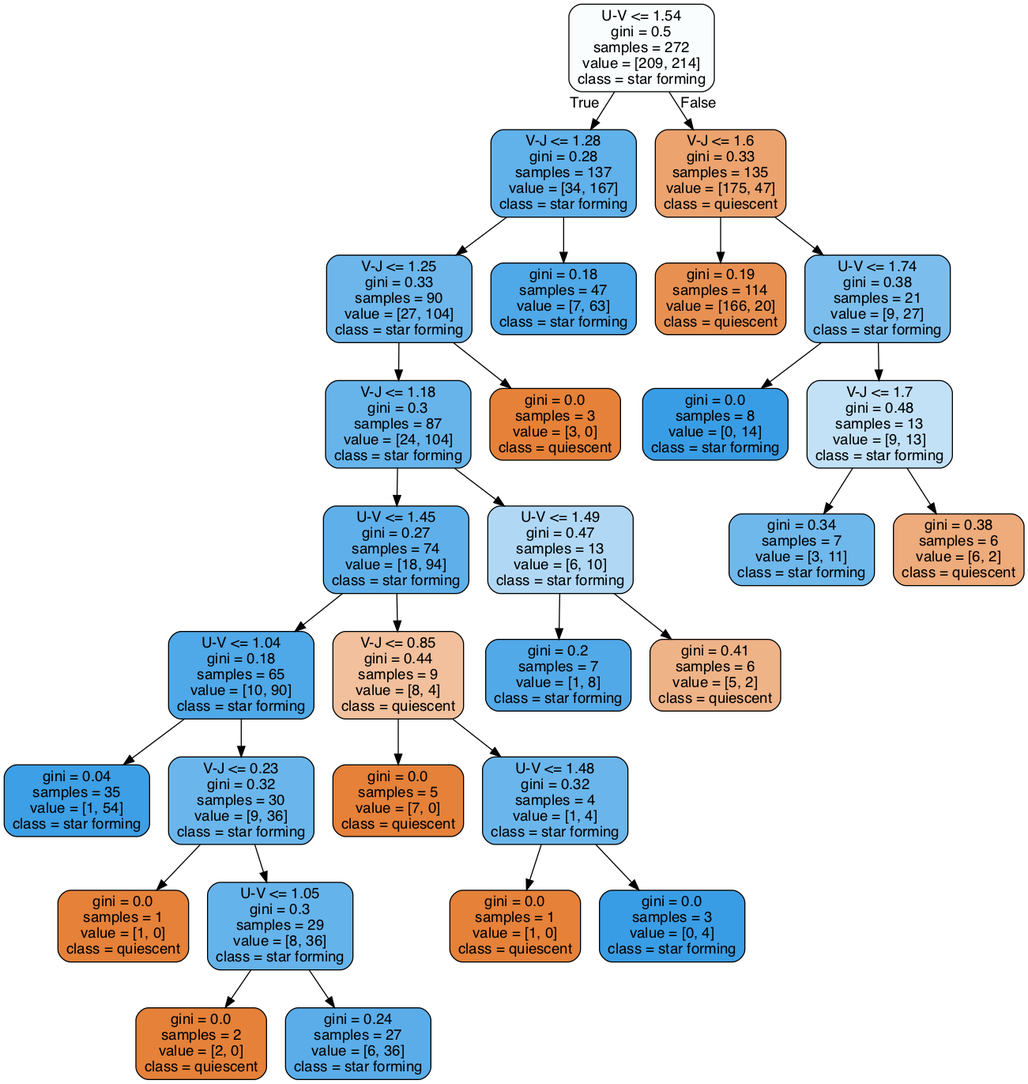
This is tree.png from astrowhit/UVJ-3dhst, a Graphviz export, as it was before one commit. Its source is kept beside it as tree.dot.
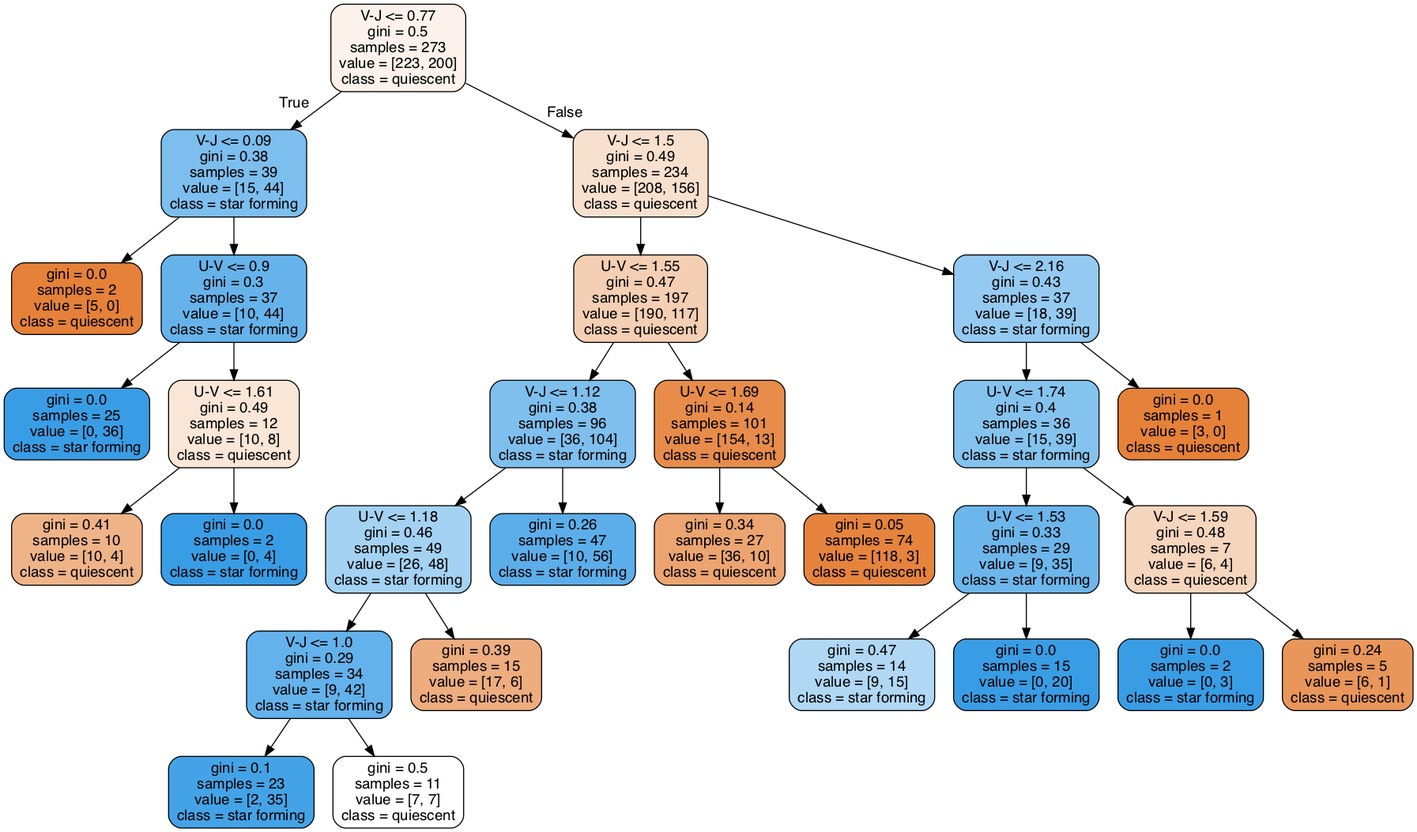
After the change.

Diff of the diagram source:
```diff
@@ -1,61 +1,61 @@
 digraph Tree {
 node [shape=box, style="filled, rounded", color="black", fontname=helvetica] ;
 edge [fontname=helvetica] ;
-0 [label="U-V <= 1.54\ngini = 0.5\nsamples = 272\nvalue = [209, 214]\nclass = star forming", fillcolor="#fafdfe"] ;
-1 [label="V-J <= 1.28\ngini = 0.28\nsamples = 137\nvalue = [34, 167]\nclass = star forming", fillcolor="#61b1ea"] ;
+0 [label="V-J <= 0.77\ngini = 0.5\nsamples = 273\nvalue = [223, 200]\nclass = quiescent", fillcolor="#fcf2eb"] ;
+1 [label="V-J <= 0.09\ngini = 0.38\nsamples = 39\nvalue = [15, 44]\nclass = star forming", fillcolor="#7cbeee"] ;
 0 -> 1 [labeldistance=2.5, labelangle=45, headlabel="True"] ;
-9 [label="V-J <= 1.25\ngini = 0.33\nsamples = 90\nvalue = [27, 104]\nclass = star forming", fillcolor="#6cb6ec"] ;
-1 -> 9 ;
-11 [label="V-J <= 1.18\ngini = 0.3\nsamples = 87\nvalue = [24, 104]\nclass = star forming", fillcolor="#67b4eb"] ;
-9 -> 11 ;
-13 [label="U-V <= 1.45\ngini = 0.27\nsamples = 74\nvalue = [18, 94]\nclass = star forming", fillcolor="#5fb0ea"] ;
-11 -> 13 ;
-15 [label="U-V <= 1.04\ngini = 0.18\nsamples = 65\nvalue = [10, 90]\nclass = star forming", fillcolor="#4fa8e8"] ;
-13 -> 15 ;
-21 [label="gini = 0.04\nsamples = 35\nvalue = [1, 54]\nclass = star forming", fillcolor="#3d9fe5"] ;
-15 -> 21 ;
-22 [label="V-J <= 0.23\ngini = 0.32\nsamples = 30\nvalue = [9, 36]\nclass = star forming", fillcolor="#6ab6ec"] ;
-15 -> 22 ;
-25 [label="gini = 0.0\nsamples = 1\nvalue = [1, 0]\nclass = quiescent", fillcolor="#e58139"] ;
-22 -> 25 ;
-26 [label="U-V <= 1.05\ngini = 0.3\nsamples = 29\nvalue = [8, 36]\nclass = star forming", fillcolor="#65b3eb"] ;
-22 -> 26 ;
-27 [label="gini = 0.0\nsamples = 2\nvalue = [2, 0]\nclass = quiescent", fillcolor="#e58139"] ;
-26 -> 27 ;
-28 [label="gini = 0.24\nsamples = 27\nvalue = [6, 36]\nclass = star forming", fillcolor="#5aade9"] ;
-26 -> 28 ;
-16 [label="V-J <= 0.85\ngini = 0.44\nsamples = 9\nvalue = [8, 4]\nclass = quiescent", fillcolor="#f2c09c"] ;
-13 -> 16 ;
-17 [label="gini = 0.0\nsamples = 5\nvalue = [7, 0]\nclass = quiescent", fillcolor="#e58139"] ;
-16 -> 17 ;
-18 [label="U-V <= 1.48\ngini = 0.32\nsamples = 4\nvalue = [1, 4]\nclass = star forming", fillcolor="#6ab6ec"] ;
-16 -> 18 ;
-23 [label="gini = 0.0\nsamples = 1\nvalue = [1, 0]\nclass = quiescent", fillcolor="#e58139"] ;
-18 -> 23 ;
-24 [label="gini = 0.0\nsamples = 3\nvalue = [0, 4]\nclass = star forming", fillcolor="#399de5"] ;
-18 -> 24 ;
-14 [label="U-V <= 1.49\ngini = 0.47\nsamples = 13\nvalue = [6, 10]\nclass = star forming", fillcolor="#b0d8f5"] ;
-11 -> 14 ;
-19 [label="gini = 0.2\nsamples = 7\nvalue = [1, 8]\nclass = star forming", fillcolor="#52a9e8"] ;
-14 -> 19 ;
-20 [label="gini = 0.41\nsamples = 6\nvalue = [5, 2]\nclass = quiescent", fillcolor="#efb388"] ;
-14 -> 20 ;
-12 [label="gini = 0.0\nsamples = 3\nvalue = [3, 0]\nclass = quiescent", fillcolor="#e58139"] ;
-9 -> 12 ;
-10 [label="gini = 0.18\nsamples = 47\nvalue = [7, 63]\nclass = star forming", fillcolor="#4fa8e8"] ;
-1 -> 10 ;
-2 [label="V-J <= 1.6\ngini = 0.33\nsamples = 135\nvalue = [175, 47]\nclass = quiescent", fillcolor="#eca36e"] ;
+7 [label="gini = 0.0\nsamples = 2\nvalue = [5, 0]\nclass = quiescent", fillcolor="#e58139"] ;
+1 -> 7 ;
+8 [label="U-V <= 0.9\ngini = 0.3\nsamples = 37\nvalue = [10, 44]\nclass = star forming", fillcolor="#66b3eb"] ;
+1 -> 8 ;
+9 [label="gini = 0.0\nsamples = 25\nvalue = [0, 36]\nclass = star forming", fillcolor="#399de5"] ;
+8 -> 9 ;
+10 [label="U-V <= 1.61\ngini = 0.49\nsamples = 12\nvalue = [10, 8]\nclass = quiescent", fillcolor="#fae6d7"] ;
+8 -> 10 ;
+11 [label="gini = 0.41\nsamples = 10\nvalue = [10, 4]\nclass = quiescent", fillcolor="#efb388"] ;
+10 -> 11 ;
+12 [label="gini = 0.0\nsamples = 2\nvalue = [0, 4]\nclass = star forming", fillcolor="#399de5"] ;
+10 -> 12 ;
+2 [label="V-J <= 1.5\ngini = 0.49\nsamples = 234\nvalue = [208, 156]\nclass = quiescent", fillcolor="#f8e0ce"] ;
 0 -> 2 [labeldistance=2.5, labelangle=-45, headlabel="False"] ;
-3 [label="gini = 0.19\nsamples = 114\nvalue = [166, 20]\nclass = quiescent", fillcolor="#e89051"] ;
+3 [label="U-V <= 1.55\ngini = 0.47\nsamples = 197\nvalue = [190, 117]\nclass = quiescent", fillcolor="#f5cfb3"] ;
 2 -> 3 ;
-4 [label="U-V <= 1.74\ngini = 0.38\nsamples = 21\nvalue = [9, 27]\nclass = star forming", fillcolor="#7bbeee"] ;
+5 [label="V-J <= 1.12\ngini = 0.38\nsamples = 96\nvalue = [36, 104]\nclass = star forming", fillcolor="#7ebfee"] ;
+3 -> 5 ;
+15 [label="U-V <= 1.18\ngini = 0.46\nsamples = 49\nvalue = [26, 48]\nclass = star forming", fillcolor="#a4d2f3"] ;
+5 -> 15 ;
+17 [label="V-J <= 1.0\ngini = 0.29\nsamples = 34\nvalue = [9, 42]\nclass = star forming", fillcolor="#63b2eb"] ;
+15 -> 17 ;
+19 [label="gini = 0.1\nsamples = 23\nvalue = [2, 35]\nclass = star forming", fillcolor="#44a3e6"] ;
+17 -> 19 ;
+20 [label="gini = 0.5\nsamples = 11\nvalue = [7, 7]\nclass = quiescent", fillcolor="#ffffff"] ;
+17 -> 20 ;
+18 [label="gini = 0.39\nsamples = 15\nvalue = [17, 6]\nclass = quiescent", fillcolor="#eead7f"] ;
+15 -> 18 ;
+16 [label="gini = 0.26\nsamples = 47\nvalue = [10, 56]\nclass = star forming", fillcolor="#5caeea"] ;
+5 -> 16 ;
+6 [label="U-V <= 1.69\ngini = 0.14\nsamples = 101\nvalue = [154, 13]\nclass = quiescent", fillcolor="#e78c4a"] ;
+3 -> 6 ;
+27 [label="gini = 0.34\nsamples = 27\nvalue = [36, 10]\nclass = quiescent", fillcolor="#eca470"] ;
+6 -> 27 ;
+28 [label="gini = 0.05\nsamples = 74\nvalue = [118, 3]\nclass = quiescent", fillcolor="#e6843e"] ;
+6 -> 28 ;
+4 [label="V-J <= 2.16\ngini = 0.43\nsamples = 37\nvalue = [18, 39]\nclass = star forming", fillcolor="#94caf1"] ;
 2 -> 4 ;
-5 [label="gini = 0.0\nsamples = 8\nvalue = [0, 14]\nclass = star forming", fillcolor="#399de5"] ;
-4 -> 5 ;
-6 [label="V-J <= 1.7\ngini = 0.48\nsamples = 13\nvalue = [9, 13]\nclass = star forming", fillcolor="#c2e1f7"] ;
-4 -> 6 ;
-7 [label="gini = 0.34\nsamples = 7\nvalue = [3, 11]\nclass = star forming", fillcolor="#6fb8ec"] ;
-6 -> 7 ;
-8 [label="gini = 0.38\nsamples = 6\nvalue = [6, 2]\nclass = quiescent", fillcolor="#eeab7b"] ;
-6 -> 8 ;
+13 [label="U-V <= 1.74\ngini = 0.4\nsamples = 36\nvalue = [15, 39]\nclass = star forming", fillcolor="#85c3ef"] ;
+4 -> 13 ;
+21 [label="U-V <= 1.53\ngini = 0.33\nsamples = 29\nvalue = [9, 35]\nclass = star forming", fillcolor="#6cb6ec"] ;
+13 -> 21 ;
+25 [label="gini = 0.47\nsamples = 14\nvalue = [9, 15]\nclass = star forming", fillcolor="#b0d8f5"] ;
+21 -> 25 ;
+26 [label="gini = 0.0\nsamples = 15\nvalue = [0, 20]\nclass = star forming", fillcolor="#399de5"] ;
+21 -> 26 ;
+22 [label="V-J <= 1.59\ngini = 0.48\nsamples = 7\nvalue = [6, 4]\nclass = quiescent", fillcolor="#f6d5bd"] ;
+13 -> 22 ;
+23 [label="gini = 0.0\nsamples = 2\nvalue = [0, 3]\nclass = star forming", fillcolor="#399de5"] ;
+22 -> 23 ;
+24 [label="gini = 0.24\nsamples = 5\nvalue = [6, 1]\nclass = quiescent", fillcolor="#e9965a"] ;
+22 -> 24 ;
+14 [label="gini = 0.0\nsamples = 1\nvalue = [3, 0]\nclass = quiescent", fillcolor="#e58139"] ;
+4 -> 14 ;
 }
```
